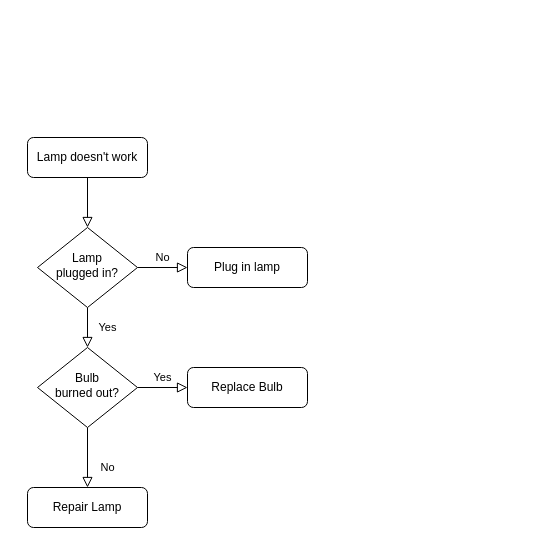
The draw.io diagram page "phương trình bậc 2" (1 of 2) of Biểu đồ không có tiêu đề.drawio in 148120Tran/ant-design, before the edit. Source tidied: cells renumbered, new cells numbered last; positions are measured from the earlier drawing's top-left corner, leaving out a move shared by most shapes. Both pictures are drawn from the tidied source at 100%, with x=0, y=0 at pixel (27, 137).
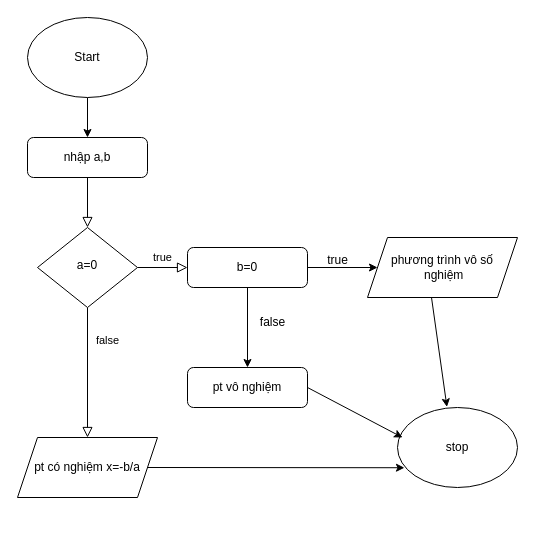
The same diagram, later.

Commit message:
Cập nhật Biểu đồ không có tiêu đề.drawio

Diff of the diagram source:
```diff
@@
-    <mxCell id="3" value="Lamp doesn't work" style="rounded=1;whiteSpace=wrap;html=1;fontSize=12;glass=0;strokeWidth=1;shadow=0;" parent="1" vertex="1">
+    <mxCell id="3" value="nhập a,b" style="rounded=1;whiteSpace=wrap;html=1;fontSize=12;glass=0;strokeWidth=1;shadow=0;" parent="1" vertex="1">
       <mxGeometry width="120" height="40" as="geometry" />
     </mxCell>
-    <mxCell id="4" value="Yes" style="rounded=0;html=1;jettySize=auto;fontSize=11;endArrow=block;endFill=0;endSize=8;strokeWidth=1;shadow=0;labelBackgroundColor=none;edgeStyle=orthogonalEdgeStyle;" parent="1" edge="1" source="6" target="10">
-      <mxGeometry y="20" relative="1" as="geometry" />
+    <mxCell id="4" value="false" style="rounded=0;html=1;jettySize=auto;fontSize=11;endArrow=block;endFill=0;endSize=8;strokeWidth=1;shadow=0;labelBackgroundColor=none;edgeStyle=orthogonalEdgeStyle;entryX=0.5;entryY=0;entryDx=0;entryDy=0;entryPerimeter=0;" parent="1" edge="1" source="6" target="18">
+      <mxGeometry x="-0.5" y="20" relative="1" as="geometry" />
     </mxCell>
-    <mxCell id="5" value="No" style="edgeStyle=orthogonalEdgeStyle;rounded=0;html=1;jettySize=auto;fontSize=11;endArrow=block;endFill=0;endSize=8;strokeWidth=1;shadow=0;labelBackgroundColor=none;" parent="1" edge="1" source="6" target="7">
+    <mxCell id="5" value="true" style="edgeStyle=orthogonalEdgeStyle;rounded=0;html=1;jettySize=auto;fontSize=11;endArrow=block;endFill=0;endSize=8;strokeWidth=1;shadow=0;labelBackgroundColor=none;" parent="1" edge="1" source="6" target="7">
       <mxGeometry y="10" relative="1" as="geometry" />
     </mxCell>
-    <mxCell id="6" value="Lamp&lt;br&gt;plugged in?" style="rhombus;whiteSpace=wrap;html=1;shadow=0;fontFamily=Helvetica;fontSize=12;align=center;strokeWidth=1;spacing=6;spacingTop=-4;" parent="1" vertex="1">
+    <mxCell id="6" value="a=0" style="rhombus;whiteSpace=wrap;html=1;shadow=0;fontFamily=Helvetica;fontSize=12;align=center;strokeWidth=1;spacing=6;spacingTop=-4;" parent="1" vertex="1">
       <mxGeometry x="10" y="90" width="100" height="80" as="geometry" />
     </mxCell>
-    <mxCell id="7" value="Plug in lamp" style="rounded=1;whiteSpace=wrap;html=1;fontSize=12;glass=0;strokeWidth=1;shadow=0;" parent="1" vertex="1">
+    <mxCell id="7" value="b=0" style="rounded=1;whiteSpace=wrap;html=1;fontSize=12;glass=0;strokeWidth=1;shadow=0;" parent="1" vertex="1">
       <mxGeometry x="160" y="110" width="120" height="40" as="geometry" />
     </mxCell>
-    <mxCell id="8" value="No" style="rounded=0;html=1;jettySize=auto;fontSize=11;endArrow=block;endFill=0;endSize=8;strokeWidth=1;shadow=0;labelBackgroundColor=none;edgeStyle=orthogonalEdgeStyle;" parent="1" edge="1" source="10" target="11">
-      <mxGeometry x="0.33" y="20" relative="1" as="geometry" />
-    </mxCell>
-    <mxCell id="9" value="Yes" style="edgeStyle=orthogonalEdgeStyle;rounded=0;html=1;jettySize=auto;fontSize=11;endArrow=block;endFill=0;endSize=8;strokeWidth=1;shadow=0;labelBackgroundColor=none;" parent="1" edge="1" source="10" target="12">
-      <mxGeometry y="10" relative="1" as="geometry" />
-    </mxCell>
-    <mxCell id="10" value="Bulb&lt;br&gt;burned out?" style="rhombus;whiteSpace=wrap;html=1;shadow=0;fontFamily=Helvetica;fontSize=12;align=center;strokeWidth=1;spacing=6;spacingTop=-4;" parent="1" vertex="1">
-      <mxGeometry x="10" y="210" width="100" height="80" as="geometry" />
-    </mxCell>
-    <mxCell id="11" value="Repair Lamp" style="rounded=1;whiteSpace=wrap;html=1;fontSize=12;glass=0;strokeWidth=1;shadow=0;" parent="1" vertex="1">
-      <mxGeometry y="350" width="120" height="40" as="geometry" />
-    </mxCell>
-    <mxCell id="12" value="Replace Bulb" style="rounded=1;whiteSpace=wrap;html=1;fontSize=12;glass=0;strokeWidth=1;shadow=0;" parent="1" vertex="1">
+    <mxCell id="12" value="pt vô nghiệm" style="rounded=1;whiteSpace=wrap;html=1;fontSize=12;glass=0;strokeWidth=1;shadow=0;" parent="1" vertex="1">
       <mxGeometry x="160" y="230" width="120" height="40" as="geometry" />
     </mxCell>
+    <mxCell id="13" style="edgeStyle=orthogonalEdgeStyle;rounded=0;jettySize=auto;html=1;" parent="1" edge="1" source="14" target="3">
+      <mxGeometry relative="1" as="geometry" />
+    </mxCell>
+    <mxCell id="14" value="Start" style="ellipse;whiteSpace=wrap;html=1;" parent="1" vertex="1">
+      <mxGeometry y="-120" width="120" height="80" as="geometry" />
+    </mxCell>
+    <mxCell id="15" value="phương trình vô số&lt;div&gt;&amp;nbsp;nghiệm&lt;/div&gt;" style="shape=parallelogram;perimeter=parallelogramPerimeter;whiteSpace=wrap;html=1;fixedSize=1;" parent="1" vertex="1">
+      <mxGeometry x="340" y="100" width="150" height="60" as="geometry" />
+    </mxCell>
+    <mxCell id="16" style="endArrow=classic;html=1;rounded=0;entryX=0;entryY=0.5;entryDx=0;entryDy=0;exitX=1;exitY=0.5;exitDx=0;exitDy=0;" parent="1" edge="1" source="7" target="15">
+      <mxGeometry relative="1" as="geometry" />
+    </mxCell>
+    <mxCell id="17" value="true" style="text;html=1;align=center;verticalAlign=middle;strokeColor=none;fillColor=none;" parent="1" vertex="1">
+      <mxGeometry x="290" y="108" width="40" height="30" as="geometry" />
+    </mxCell>
+    <mxCell id="18" value="pt có nghiệm x=-b/a" style="shape=parallelogram;perimeter=parallelogramPerimeter;whiteSpace=wrap;html=1;fixedSize=1;" parent="1" vertex="1">
+      <mxGeometry x="-10" y="300" width="140" height="60" as="geometry" />
+    </mxCell>
+    <mxCell id="19" style="endArrow=classic;html=1;rounded=0;exitX=0.5;exitY=1;exitDx=0;exitDy=0;entryX=0.5;entryY=0;entryDx=0;entryDy=0;" parent="1" edge="1" source="7" target="12">
+      <mxGeometry relative="1" as="geometry" />
+    </mxCell>
+    <mxCell id="20" value="false" style="text;html=1;align=center;verticalAlign=middle;strokeColor=none;fillColor=none;" parent="1" vertex="1">
+      <mxGeometry x="220" y="170" width="50" height="30" as="geometry" />
+    </mxCell>
+    <mxCell id="21" value="stop" style="ellipse;whiteSpace=wrap;html=1;" parent="1" vertex="1">
+      <mxGeometry x="370" y="270" width="120" height="80" as="geometry" />
+    </mxCell>
+    <mxCell id="22" style="endArrow=classic;html=1;rounded=0;entryX=0.412;entryY=-0.007;entryDx=0;entryDy=0;entryPerimeter=0;" parent="1" edge="1" target="21">
+      <mxGeometry relative="1" as="geometry">
+        <mxPoint x="404" y="160" as="sourcePoint" />
+      </mxGeometry>
+    </mxCell>
+    <mxCell id="23" style="endArrow=classic;html=1;rounded=0;exitX=1;exitY=0.5;exitDx=0;exitDy=0;entryX=0.042;entryY=0.375;entryDx=0;entryDy=0;entryPerimeter=0;" parent="1" edge="1" source="12" target="21">
+      <mxGeometry relative="1" as="geometry" />
+    </mxCell>
+    <mxCell id="24" style="endArrow=classic;html=1;rounded=0;exitX=1;exitY=0.5;exitDx=0;exitDy=0;entryX=0.058;entryY=0.753;entryDx=0;entryDy=0;entryPerimeter=0;" parent="1" edge="1" source="18" target="21">
+      <mxGeometry relative="1" as="geometry" />
+    </mxCell>
```
